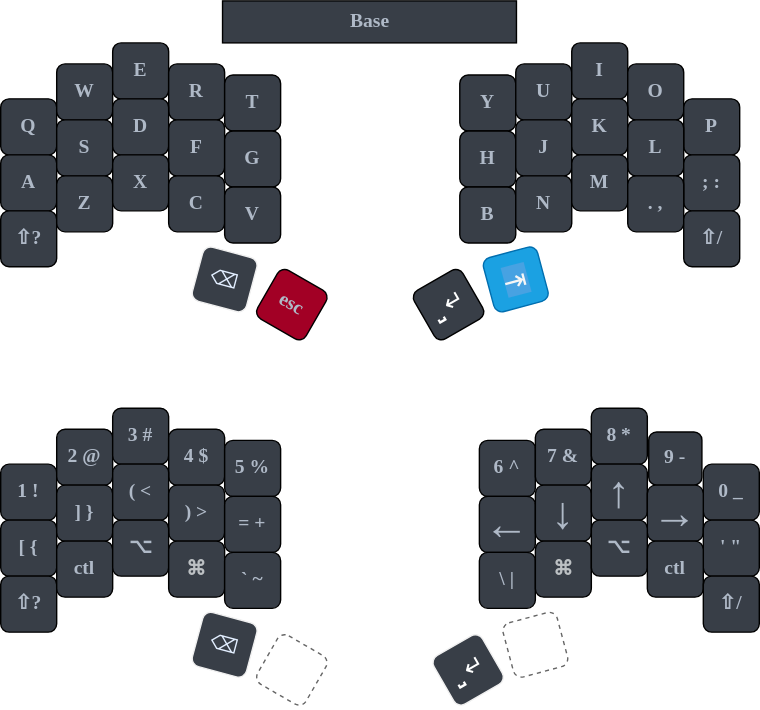
jakdept/zmk-sweep keeps this draw.io diagram as keyboard_map.drawio.svg. Above is the earlier version. Source tidied: cells renumbered, new cells last; positions are measured from the earlier drawing's top-left corner, leaving out a move shared by most shapes.
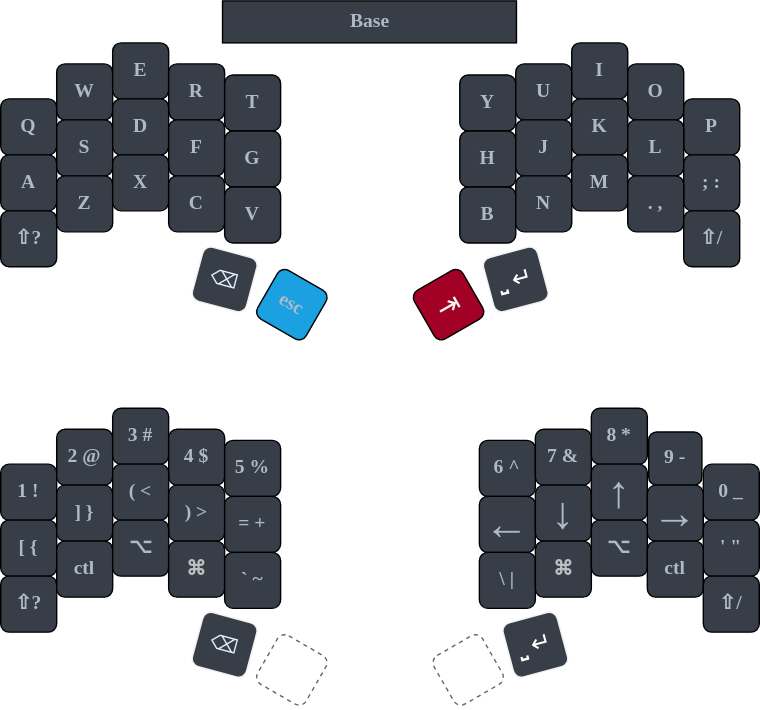
The same file after the commit.

Commit message:
swapped the thumb buttons

Diff of the diagram source:
```diff
@@ -50,7 +50,7 @@
     <mxCell id="17" value="&lt;span style=&quot;color: rgb(226, 238, 255); font-weight: 500; font-family: &amp;quot;Google Sans&amp;quot;, arial, sans-serif; font-size: 14px; text-align: left;&quot;&gt;⌫&lt;/span&gt;" style="whiteSpace=wrap;html=1;rotation=15;fontSize=14;fontFamily=Verdana;fontStyle=1;fillColor=#383E47;strokeColor=#F0F0F0;fontColor=#ffffff;rounded=1;" parent="1" vertex="1">
       <mxGeometry x="140" y="179" width="40" height="40" as="geometry" />
     </mxCell>
-    <mxCell id="18" value="&lt;span style=&quot;font-family: &amp;quot;segoe ui emoji&amp;quot;, &amp;quot;apple color emoji&amp;quot;, &amp;quot;noto color emoji&amp;quot;; font-size: 14px;&quot;&gt;&lt;font style=&quot;font-size: 14px;&quot;&gt;esc&lt;/font&gt;&lt;/span&gt;" style="whiteSpace=wrap;html=1;rotation=30;fontSize=14;fontFamily=Verdana;fontStyle=1;fontColor=#AFB9C7;fillColor=#A20025;rounded=1;" parent="1" vertex="1">
+    <mxCell id="18" value="&lt;span style=&quot;font-family: &amp;quot;segoe ui emoji&amp;quot;, &amp;quot;apple color emoji&amp;quot;, &amp;quot;noto color emoji&amp;quot;; font-size: 14px;&quot;&gt;&lt;font style=&quot;font-size: 14px;&quot;&gt;esc&lt;/font&gt;&lt;/span&gt;" style="whiteSpace=wrap;html=1;rotation=30;fontSize=14;fontFamily=Verdana;fontStyle=1;fontColor=#AFB9C7;fillColor=#1BA1E2;rounded=1;" parent="1" vertex="1">
       <mxGeometry x="188" y="197" width="40" height="40" as="geometry" />
     </mxCell>
     <mxCell id="19" value="Y" style="whiteSpace=wrap;html=1;fontSize=14;fontFamily=Verdana;fontStyle=1;fontColor=#AFB9C7;fillColor=#383E47;rounded=1;" parent="1" vertex="1">
@@ -98,10 +98,10 @@
     <mxCell id="33" value="&lt;span style=&quot;font-family: &amp;quot;segoe ui emoji&amp;quot;, &amp;quot;apple color emoji&amp;quot;, &amp;quot;noto color emoji&amp;quot;; font-size: 14px;&quot;&gt;⇧/&lt;/span&gt;" style="whiteSpace=wrap;html=1;fontSize=14;fontFamily=Verdana;fontStyle=1;fontColor=#AFB9C7;fillColor=#383E47;rounded=1;" parent="1" vertex="1">
       <mxGeometry x="488" y="150" width="40" height="40" as="geometry" />
     </mxCell>
-    <mxCell id="34" value="&lt;span style=&quot;color: rgb(255, 255, 255); caret-color: rgb(189, 193, 198); font-family: &amp;quot;Google Sans&amp;quot;, arial, sans-serif; text-align: left;&quot;&gt;⎵&amp;nbsp;&lt;/span&gt;&lt;span style=&quot;color: rgb(255, 255, 255); caret-color: rgb(32, 33, 34); font-family: sans-serif; font-size: 17.5px; font-weight: 400; text-align: start;&quot;&gt;↵&lt;/span&gt;" style="whiteSpace=wrap;html=1;rotation=-30;fontSize=14;fontFamily=Verdana;fontStyle=1;fontColor=#AFB9C7;fillColor=#383E47;rounded=1;" parent="1" vertex="1">
+    <mxCell id="34" value="&lt;span style=&quot;color: rgb(246, 246, 246); font-family: &amp;quot;Google Sans&amp;quot;, arial, sans-serif; font-size: 20px; font-weight: 500; text-align: left; background-color: rgb(162, 0, 37);&quot;&gt;⇥&lt;/span&gt;" style="whiteSpace=wrap;html=1;rotation=-30;fontSize=14;fontFamily=Verdana;fontStyle=1;fontColor=#AFB9C7;fillColor=#a20025;rounded=1;" parent="1" vertex="1">
       <mxGeometry x="300" y="197" width="40" height="40" as="geometry" />
     </mxCell>
-    <mxCell id="35" value="&lt;span style=&quot;color: rgb(246, 246, 246); font-family: &amp;quot;Google Sans&amp;quot;, arial, sans-serif; font-size: 20px; font-weight: 500; text-align: left; background-color: rgb(71, 162, 226);&quot;&gt;⇥&lt;/span&gt;" style="whiteSpace=wrap;html=1;rotation=-15;fontSize=14;fontFamily=Verdana;fontStyle=1;fillColor=#1ba1e2;strokeColor=#006EAF;fontColor=#ffffff;rounded=1;" parent="1" vertex="1">
+    <mxCell id="35" value="&lt;span style=&quot;caret-color: rgb(189, 193, 198); font-family: &amp;quot;Google Sans&amp;quot;, arial, sans-serif; text-align: left;&quot;&gt;⎵&amp;nbsp;&lt;/span&gt;&lt;span style=&quot;caret-color: rgb(32, 33, 34); font-family: sans-serif; font-size: 17.5px; font-weight: 400; text-align: start;&quot;&gt;↵&lt;/span&gt;" style="whiteSpace=wrap;html=1;rotation=-15;fontSize=14;fontFamily=Verdana;fontStyle=1;fillColor=#383E47;strokeColor=#f0f0f0;fontColor=#ffffff;rounded=1;" parent="1" vertex="1">
       <mxGeometry x="348" y="179" width="40" height="40" as="geometry" />
     </mxCell>
     <mxCell id="36" value="&lt;b style=&quot;font-size: 14px;&quot;&gt;Base&lt;/b&gt;" style="rounded=0;whiteSpace=wrap;html=1;fontFamily=Verdana;fontSize=14;fontColor=#AFB9C7;fillColor=#383E47;" parent="1" vertex="1">
@@ -200,10 +200,10 @@
     <mxCell id="67" value="&lt;span style=&quot;font-family: &amp;quot;segoe ui emoji&amp;quot;, &amp;quot;apple color emoji&amp;quot;, &amp;quot;noto color emoji&amp;quot;; font-size: 14px;&quot;&gt;⇧/&lt;/span&gt;" style="whiteSpace=wrap;html=1;fontSize=14;fontFamily=Verdana;fontStyle=1;fontColor=#AFB9C7;fillColor=#383E47;rounded=1;" parent="1" vertex="1">
       <mxGeometry x="502" y="411" width="40" height="40" as="geometry" />
     </mxCell>
-    <mxCell id="68" value="&lt;span style=&quot;color: rgb(255, 255, 255); caret-color: rgb(189, 193, 198); font-family: &amp;quot;Google Sans&amp;quot;, arial, sans-serif; text-align: left;&quot;&gt;⎵&amp;nbsp;&lt;/span&gt;&lt;span style=&quot;color: rgb(255, 255, 255); caret-color: rgb(32, 33, 34); font-family: sans-serif; font-size: 17.5px; font-weight: 400; text-align: start;&quot;&gt;↵&lt;/span&gt;" style="whiteSpace=wrap;html=1;rotation=-30;fontSize=14;fontFamily=Verdana;fontStyle=1;fontColor=#AFB9C7;fillColor=#383E47;rounded=1;strokeColor=#F0F0F0;" parent="1" vertex="1">
+    <mxCell id="68" style="whiteSpace=wrap;html=1;rotation=-30;fontSize=14;fontFamily=Verdana;fontStyle=1;fontColor=#AFB9C7;fillColor=none;rounded=1;strokeColor=#666666;dashed=1;" parent="1" vertex="1">
       <mxGeometry x="314" y="458" width="40" height="40" as="geometry" />
     </mxCell>
-    <mxCell id="69" style="whiteSpace=wrap;html=1;rotation=-15;fontSize=14;fontFamily=Verdana;fontStyle=1;fillColor=none;strokeColor=#666666;fontColor=#ffffff;rounded=1;dashed=1;" parent="1" vertex="1">
+    <mxCell id="69" value="&lt;span style=&quot;background-color: rgb(56, 62, 71);&quot;&gt;&lt;span style=&quot;caret-color: rgb(189, 193, 198); font-family: &amp;quot;Google Sans&amp;quot;, arial, sans-serif; text-align: left;&quot;&gt;⎵&amp;nbsp;&lt;/span&gt;&lt;span style=&quot;caret-color: rgb(32, 33, 34); font-family: sans-serif; font-size: 17.5px; font-weight: 400; text-align: start;&quot;&gt;↵&lt;/span&gt;&lt;/span&gt;" style="whiteSpace=wrap;html=1;rotation=-15;fontSize=14;fontFamily=Verdana;fontStyle=1;fillColor=#383e47;strokeColor=#f0f0f0;fontColor=#ffffff;rounded=1;" parent="1" vertex="1">
       <mxGeometry x="362" y="440" width="40" height="40" as="geometry" />
     </mxCell>
     <mxCell id="70" value="&lt;span style=&quot;color: rgb(226, 238, 255); font-weight: 500; font-family: &amp;quot;Google Sans&amp;quot;, arial, sans-serif; font-size: 14px; text-align: left;&quot;&gt;⌫&lt;/span&gt;" style="whiteSpace=wrap;html=1;rotation=15;fontSize=14;fontFamily=Verdana;fontStyle=1;fillColor=#383E47;strokeColor=#F0F0F0;fontColor=#ffffff;rounded=1;" parent="1" vertex="1">
```
